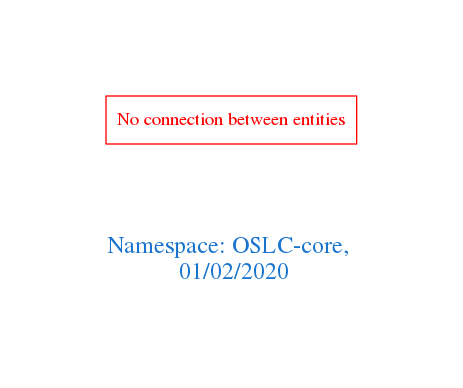
Before: downloads/OSLC-core.png, a diagram exported from Graphviz (arago/OGIT). Its source is kept beside it as downloads/OSLC-core.dot.
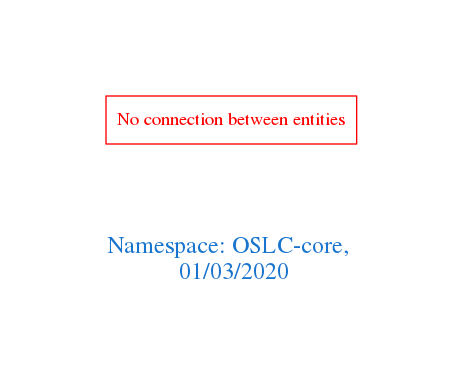
Later version of the same file.

What changed in the source:
```diff
@@ -1,7 +1,7 @@
 digraph OGIT_ontology {
  graph [ rankdir= LR,pad=1
 fontsize = 18,
-fontcolor= dodgerblue3,label = "\n\n\nNamespace: OSLC-core, \n 01/02/2020"];
+fontcolor= dodgerblue3,label = "\n\n\nNamespace: OSLC-core, \n 01/03/2020"];
 node[shape=polygon];
 edge [  color="gray81"];
 
```
